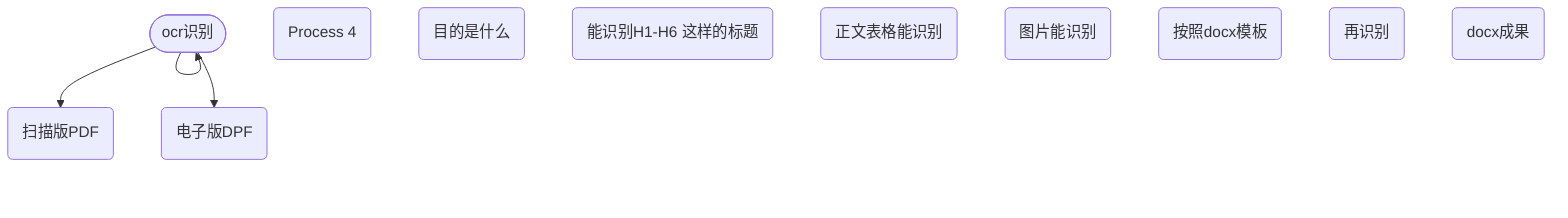
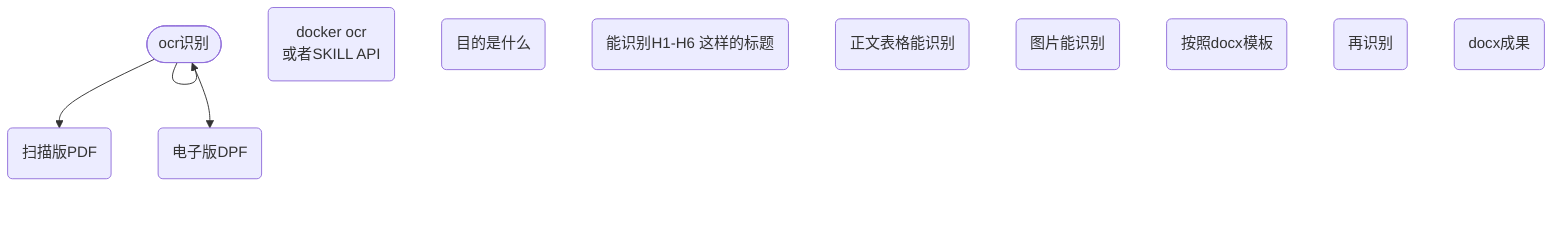
flowchart TD
  n_0(["ocr识别"])
  n_1("扫描版PDF")
  n_2("电子版DPF")
-   n_3("Process 4")
+   n_3("docker ocr<br/>或者SKILL API")
  n_4("目的是什么")
  n_5("能识别H1-H6 这样的标题")
  n_6("正文表格能识别")
  n_7("图片能识别")
  n_8("按照docx模板")
  n_9("再识别")
  n_10("docx成果")
  n_0 --> n_0
  n_0 --> n_1
  n_0 --> n_2
